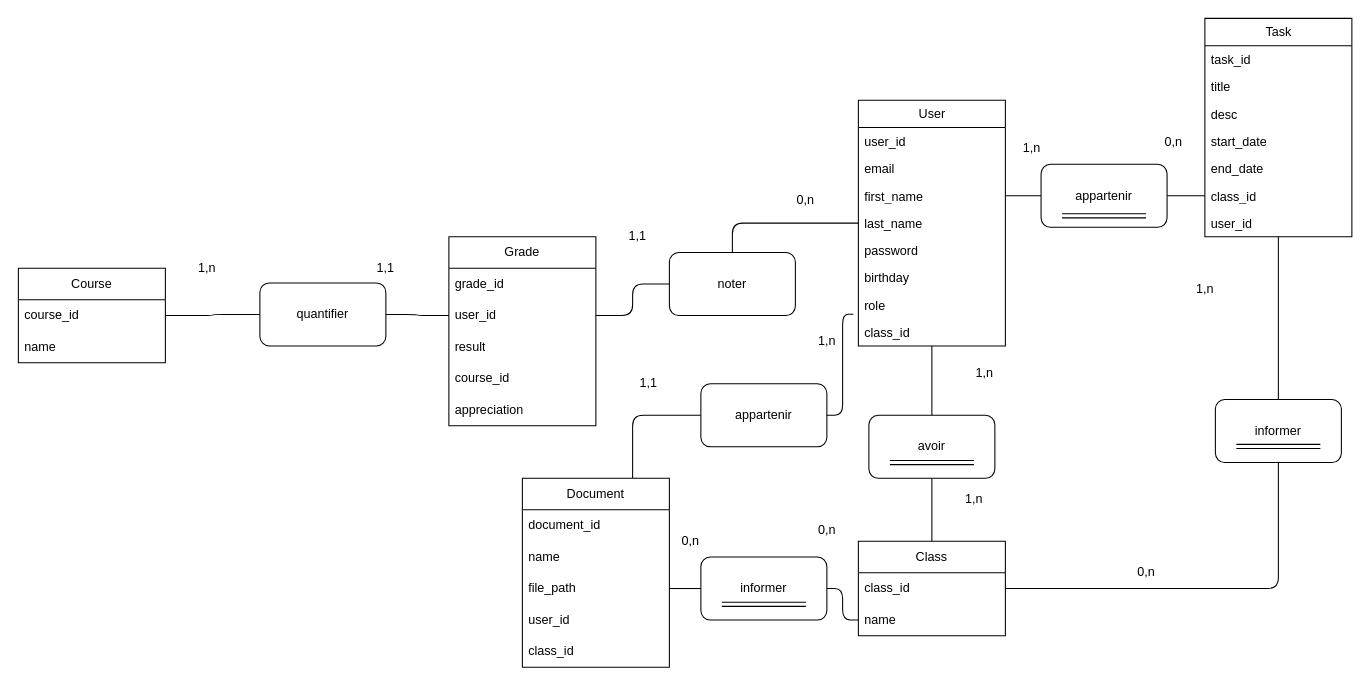
The draw.io diagram mcd.drawio in augustin-yvon/moonshot, before the edit. Source tidied: cells renumbered, new cells numbered last; positions are measured from the earlier drawing's top-left corner, leaving out a move shared by most shapes. Both pictures are drawn from the tidied source at 105%, with x=0, y=0 at pixel (18, 18).
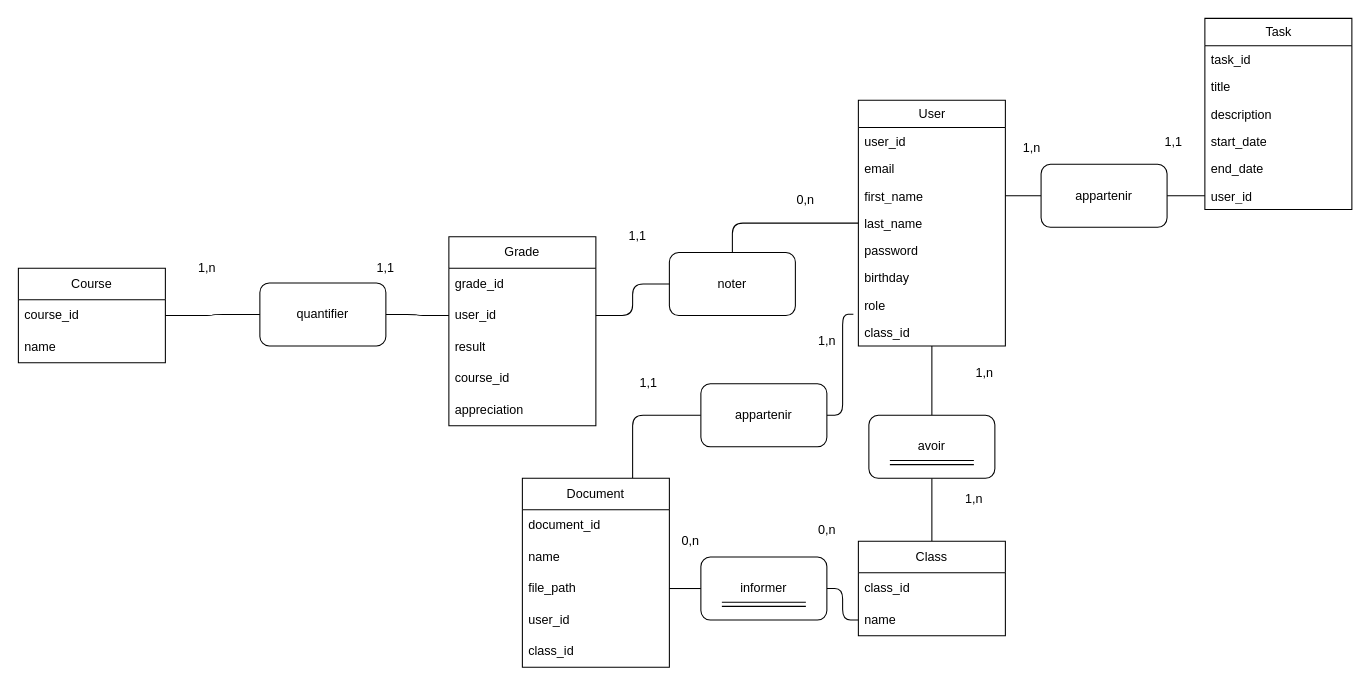
The same diagram, later.

Commit message (it also covers changes not shown here):
edit mcd et deisgn

Unchanged cells that the change refers to:
```xml
<mxCell id="22" value="class_id" style="text;strokeColor=none;fillColor=none;align=left;verticalAlign=middle;spacingLeft=4;spacingRight=4;overflow=hidden;points=[[0,0.5],[1,0.5]];portConstraint=eastwest;whiteSpace=wrap;html=1;" parent="21" vertex="1">
  <mxGeometry y="30" width="140" height="30" as="geometry" />
</mxCell>
<mxCell id="69" value="appartenir" style="whiteSpace=wrap;html=1;perimeterSpacing=0;rounded=1;" parent="1" vertex="1">
  <mxGeometry x="974" y="139" width="120" height="60" as="geometry" />
</mxCell>
```

What changed in the source:
```diff
@@
-    <mxCell id="11" style="edgeStyle=orthogonalEdgeStyle;html=1;entryX=0.5;entryY=0;entryDx=0;entryDy=0;endArrow=none;endFill=0;" parent="1" edge="1" source="12" target="64">
-      <mxGeometry relative="1" as="geometry" />
-    </mxCell>
     <mxCell id="12" value="Task" style="swimlane;fontStyle=0;horizontal=1;startSize=26;fillColor=none;html=1;" parent="1" vertex="1">
-      <mxGeometry x="1130" width="140" height="208" as="geometry" />
+      <mxGeometry x="1130" width="140" height="182" as="geometry" />
     </mxCell>
@@
-    <mxCell id="15" value="desc" style="text;strokeColor=none;fillColor=none;align=left;verticalAlign=top;spacingLeft=4;spacingRight=4;overflow=hidden;whiteSpace=wrap;html=1;" parent="12" vertex="1">
+    <mxCell id="15" value="description" style="text;strokeColor=none;fillColor=none;align=left;verticalAlign=top;spacingLeft=4;spacingRight=4;overflow=hidden;whiteSpace=wrap;html=1;" parent="12" vertex="1">
       <mxGeometry y="78" width="140" height="26" as="geometry" />
     </mxCell>
@@
-    <mxCell id="18" value="class_id" style="text;strokeColor=none;fillColor=none;align=left;verticalAlign=top;spacingLeft=4;spacingRight=4;overflow=hidden;points=[[0,0.5],[1,0.5]];portConstraint=eastwest;whiteSpace=wrap;html=1;" parent="12" vertex="1">
-      <mxGeometry y="156" width="140" height="26" as="geometry" />
-    </mxCell>
     <mxCell id="19" value="user_id" style="text;strokeColor=none;fillColor=none;align=left;verticalAlign=top;spacingLeft=4;spacingRight=4;overflow=hidden;whiteSpace=wrap;html=1;" parent="12" vertex="1">
-      <mxGeometry y="182" width="140" height="26" as="geometry" />
+      <mxGeometry y="156" width="140" height="26" as="geometry" />
     </mxCell>
@@
-    <mxCell id="63" style="edgeStyle=orthogonalEdgeStyle;html=1;entryX=1;entryY=0.5;entryDx=0;entryDy=0;endArrow=none;endFill=0;" parent="1" edge="1" source="64" target="22">
-      <mxGeometry relative="1" as="geometry" />
-    </mxCell>
-    <mxCell id="64" value="informer" style="whiteSpace=wrap;html=1;perimeterSpacing=0;rounded=1;" parent="1" vertex="1">
-      <mxGeometry x="1140" y="363" width="120" height="60" as="geometry" />
-    </mxCell>
-    <mxCell id="65" value="1,n" style="text;html=1;align=center;verticalAlign=middle;strokeColor=none;fillColor=none;" parent="1" vertex="1">
-      <mxGeometry x="1110" y="243" width="40" height="30" as="geometry" />
-    </mxCell>
-    <mxCell id="66" value="0,n" style="text;html=1;align=center;verticalAlign=middle;strokeColor=none;fillColor=none;" parent="1" vertex="1">
-      <mxGeometry x="1054" y="513" width="40" height="30" as="geometry" />
-    </mxCell>
-    <mxCell id="67" style="edgeStyle=orthogonalEdgeStyle;html=1;endArrow=none;endFill=0;" parent="1" edge="1" source="69" target="18">
-      <mxGeometry relative="1" as="geometry" />
+    <mxCell id="67" style="edgeStyle=orthogonalEdgeStyle;html=1;endArrow=none;endFill=0;" parent="1" edge="1" source="69">
+      <mxGeometry relative="1" as="geometry">
+        <mxPoint x="1130" y="169" as="targetPoint" />
+      </mxGeometry>
     </mxCell>
@@
-    <mxCell id="70" value="0,n" style="text;html=1;align=center;verticalAlign=middle;strokeColor=none;fillColor=none;" parent="1" vertex="1">
+    <mxCell id="70" value="1,1" style="text;html=1;align=center;verticalAlign=middle;strokeColor=none;fillColor=none;" parent="1" vertex="1">
       <mxGeometry x="1080" y="103" width="40" height="30" as="geometry" />
     </mxCell>
@@
-    <mxCell id="74" style="edgeStyle=none;orthogonalLoop=1;jettySize=auto;html=1;shape=link;" parent="1" edge="1">
-      <mxGeometry relative="1" as="geometry">
-        <mxPoint x="994" y="188" as="sourcePoint" />
-        <mxPoint x="1074" y="188" as="targetPoint" />
-      </mxGeometry>
-    </mxCell>
-    <mxCell id="75" style="edgeStyle=none;orthogonalLoop=1;jettySize=auto;html=1;shape=link;" parent="1" edge="1">
-      <mxGeometry relative="1" as="geometry">
-        <mxPoint x="1160" y="407.7" as="sourcePoint" />
-        <mxPoint x="1240" y="407.7" as="targetPoint" />
-      </mxGeometry>
-    </mxCell>
```
